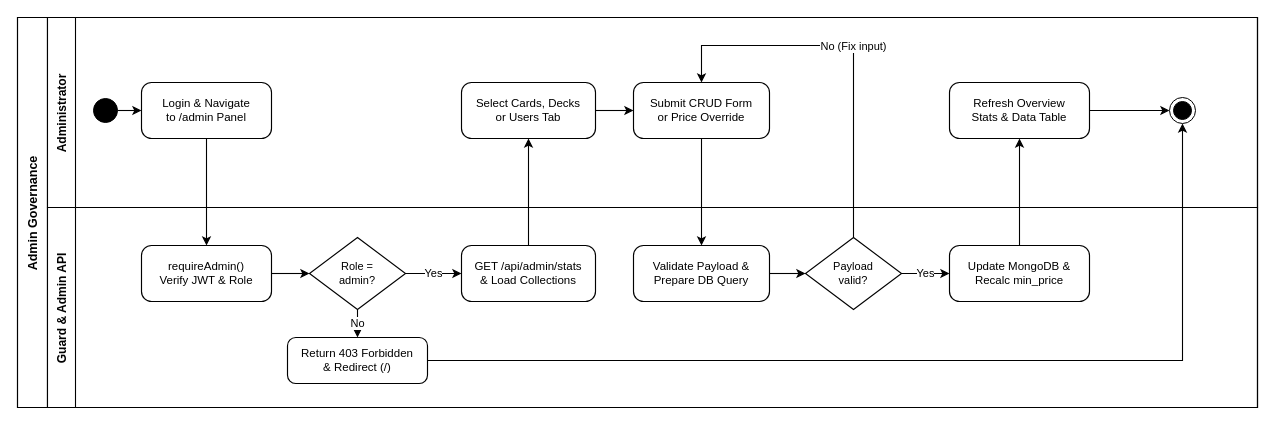
This is page "1.2.6 Admin Governance Workflow" (6 of 6) of Tai lieu/Draw.io/SRS_1_2_Business_Workflows.drawio from minhthanh1806/PROJECT_SDN, a draw.io file, before an edit. Source tidied: cells renumbered, new cells numbered last; positions are measured from the earlier drawing's top-left corner, leaving out a move shared by most shapes. Both pictures are drawn from the tidied source at 100%, with x=0, y=0 at pixel (17, 17).
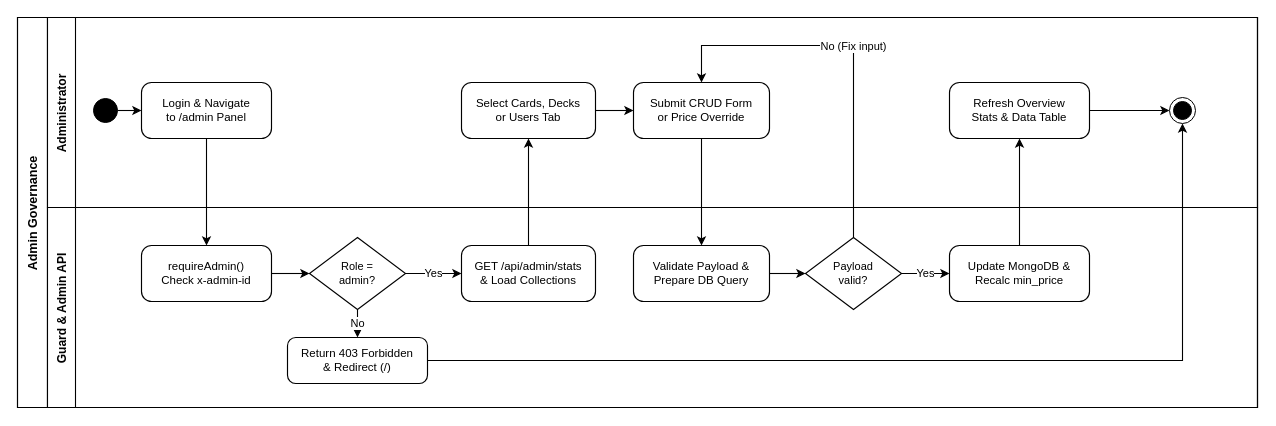
After the change.

The change refers to these unchanged cells:
```xml
<mxCell id="4" value="Guard &amp; Admin API" style="swimlane;startSize=28;horizontal=0;fillColor=#ffffff;strokeColor=#000000;fontColor=#000000;fontSize=12;fontStyle=1;strokeWidth=1.1;" parent="2" vertex="1">
  <mxGeometry x="30" y="190" width="1210" height="200" as="geometry" />
</mxCell>
```

Diff of the diagram source:
```diff
@@
-    <mxCell id="7" value="requireAdmin()&lt;br&gt;Verify JWT &amp; Role" style="rounded=1;arcSize=18;whiteSpace=wrap;html=1;fillColor=#ffffff;strokeColor=#000000;fontColor=#000000;fontSize=11.5;strokeWidth=1.15;" parent="4" vertex="1">
+    <mxCell id="7" value="requireAdmin()&lt;br&gt;Check x-admin-id" style="rounded=1;arcSize=18;whiteSpace=wrap;html=1;fillColor=#ffffff;strokeColor=#000000;fontColor=#000000;fontSize=11.5;strokeWidth=1.15;" parent="4" vertex="1">
       <mxGeometry x="94" y="38" width="130" height="56" as="geometry" />
     </mxCell>
```
